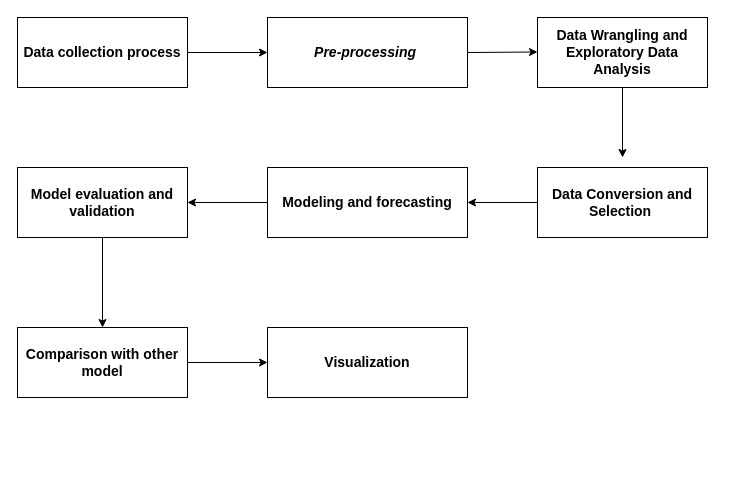
BadNoT8/BUDI-NUGROHO keeps this draw.io diagram as Untitled Diagram.drawio. Above is the earlier version. Source tidied: cells renumbered, new cells numbered last; positions are measured from the earlier drawing's top-left corner, leaving out a move shared by most shapes. Both pictures are drawn from the tidied source at 100%, with x=0, y=0 at pixel (17, 17).
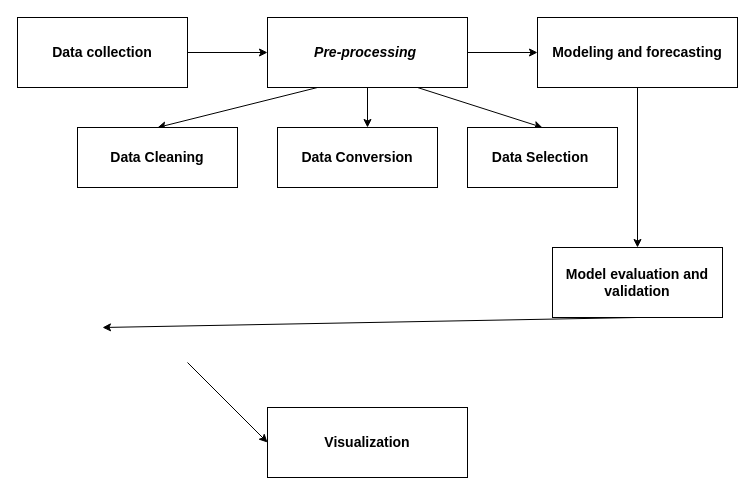
Above is the later version.

The change refers to these unchanged cells:
```xml
<mxCell id="3" value="&lt;b&gt;&lt;font style=&quot;font-size: 14px;&quot;&gt;&lt;i&gt;Pre-processing&amp;nbsp;&lt;/i&gt;&lt;/font&gt;&lt;/b&gt;" style="rounded=0;whiteSpace=wrap;html=1;" parent="1" vertex="1">
  <mxGeometry x="250" width="200" height="70" as="geometry" />
</mxCell>
```

What changed in the source:
```diff
@@
-    <mxCell id="2" value="&lt;b&gt;&lt;font style=&quot;font-size: 14px;&quot;&gt;Data collection process&lt;/font&gt;&lt;/b&gt;" style="rounded=0;whiteSpace=wrap;html=1;" parent="1" vertex="1">
+    <mxCell id="2" value="&lt;b style=&quot;font-size: 14px;&quot;&gt;Data collection&lt;/b&gt;" style="rounded=0;whiteSpace=wrap;html=1;" parent="1" vertex="1">
       <mxGeometry width="170" height="70" as="geometry" />
     </mxCell>
@@
     <mxCell id="4" style="endArrow=classic;html=1;rounded=0;fontSize=14;exitX=1;exitY=0.5;exitDx=0;exitDy=0;" parent="1" edge="1" source="3">
       <mxGeometry relative="1" as="geometry">
-        <mxPoint x="520" y="34.5" as="targetPoint" />
+        <mxPoint x="520" y="35" as="targetPoint" />
       </mxGeometry>
     </mxCell>
@@
-    <mxCell id="6" value="&lt;b&gt;Data Wrangling and Exploratory Data Analysis&lt;/b&gt;" style="rounded=0;whiteSpace=wrap;html=1;fontSize=14;" parent="1" vertex="1">
-      <mxGeometry x="520" width="170" height="70" as="geometry" />
-    </mxCell>
-    <mxCell id="7" style="endArrow=classic;html=1;rounded=0;fontSize=14;exitX=0.5;exitY=1;exitDx=0;exitDy=0;" parent="1" edge="1" source="6">
-      <mxGeometry relative="1" as="geometry">
-        <mxPoint x="605" y="140" as="targetPoint" />
-      </mxGeometry>
-    </mxCell>
-    <mxCell id="8" value="&lt;b&gt;Data Conversion and Selection&amp;nbsp;&lt;/b&gt;" style="rounded=0;whiteSpace=wrap;html=1;fontSize=14;" parent="1" vertex="1">
-      <mxGeometry x="520" y="150" width="170" height="70" as="geometry" />
-    </mxCell>
     <mxCell id="9" value="&lt;b&gt;Modeling and forecasting&lt;/b&gt;" style="rounded=0;whiteSpace=wrap;html=1;fontSize=14;" parent="1" vertex="1">
-      <mxGeometry x="250" y="150" width="200" height="70" as="geometry" />
+      <mxGeometry x="520" width="200" height="70" as="geometry" />
     </mxCell>
-    <mxCell id="10" style="endArrow=classic;html=1;rounded=0;fontSize=14;exitX=0;exitY=0.5;exitDx=0;exitDy=0;entryX=1;entryY=0.5;entryDx=0;entryDy=0;" parent="1" edge="1" source="8" target="9">
+    <mxCell id="10" style="endArrow=classic;html=1;rounded=0;fontSize=14;exitX=0.5;exitY=1;exitDx=0;exitDy=0;entryX=0.5;entryY=0;entryDx=0;entryDy=0;" parent="1" edge="1" source="9" target="11">
       <mxGeometry relative="1" as="geometry" />
     </mxCell>
     <mxCell id="11" value="&lt;b&gt;Model evaluation and validation&lt;/b&gt;" style="rounded=0;whiteSpace=wrap;html=1;fontSize=14;" parent="1" vertex="1">
-      <mxGeometry y="150" width="170" height="70" as="geometry" />
+      <mxGeometry x="535" y="230" width="170" height="70" as="geometry" />
     </mxCell>
-    <mxCell id="12" style="endArrow=classic;html=1;rounded=0;fontSize=14;exitX=0;exitY=0.5;exitDx=0;exitDy=0;entryX=1;entryY=0.5;entryDx=0;entryDy=0;" parent="1" edge="1" source="9" target="11">
-      <mxGeometry relative="1" as="geometry" />
-    </mxCell>
-    <mxCell id="13" value="&lt;b&gt;Comparison with other model&lt;/b&gt;" style="rounded=0;whiteSpace=wrap;html=1;fontSize=14;" parent="1" vertex="1">
-      <mxGeometry y="310" width="170" height="70" as="geometry" />
-    </mxCell>
-    <mxCell id="14" style="endArrow=classic;html=1;rounded=0;fontSize=14;exitX=0.5;exitY=1;exitDx=0;exitDy=0;" parent="1" edge="1" source="11" target="13">
-      <mxGeometry relative="1" as="geometry" />
+    <mxCell id="14" style="endArrow=classic;html=1;rounded=0;fontSize=14;exitX=0.5;exitY=1;exitDx=0;exitDy=0;" parent="1" edge="1" source="11">
+      <mxGeometry relative="1" as="geometry">
+        <mxPoint x="85" y="310" as="targetPoint" />
+      </mxGeometry>
     </mxCell>
     <mxCell id="15" value="&lt;b&gt;Visualization&lt;/b&gt;" style="rounded=0;whiteSpace=wrap;html=1;fontSize=14;" parent="1" vertex="1">
-      <mxGeometry x="250" y="310" width="200" height="70" as="geometry" />
+      <mxGeometry x="250" y="390" width="200" height="70" as="geometry" />
     </mxCell>
-    <mxCell id="16" style="endArrow=classic;html=1;rounded=0;fontSize=14;exitX=1;exitY=0.5;exitDx=0;exitDy=0;entryX=0;entryY=0.5;entryDx=0;entryDy=0;" parent="1" edge="1" source="13" target="15">
-      <mxGeometry relative="1" as="geometry" />
+    <mxCell id="16" style="endArrow=classic;html=1;rounded=0;fontSize=14;exitX=1;exitY=0.5;exitDx=0;exitDy=0;entryX=0;entryY=0.5;entryDx=0;entryDy=0;" parent="1" edge="1" target="15">
+      <mxGeometry relative="1" as="geometry">
+        <mxPoint x="170" y="345" as="sourcePoint" />
+      </mxGeometry>
     </mxCell>
+    <mxCell id="17" style="endArrow=classic;html=1;rounded=0;fontSize=14;exitX=0.75;exitY=1;exitDx=0;exitDy=0;entryX=0.5;entryY=0;entryDx=0;entryDy=0;" parent="1" edge="1" source="3" target="22">
+      <mxGeometry relative="1" as="geometry" />
+    </mxCell>
+    <mxCell id="18" style="endArrow=classic;html=1;rounded=0;fontSize=14;exitX=0.5;exitY=1;exitDx=0;exitDy=0;" parent="1" edge="1" source="3">
+      <mxGeometry relative="1" as="geometry">
+        <mxPoint x="350" y="110" as="targetPoint" />
+      </mxGeometry>
+    </mxCell>
+    <mxCell id="19" style="endArrow=classic;html=1;rounded=0;fontSize=14;exitX=0.25;exitY=1;exitDx=0;exitDy=0;entryX=0.5;entryY=0;entryDx=0;entryDy=0;" parent="1" edge="1" source="3" target="20">
+      <mxGeometry relative="1" as="geometry" />
+    </mxCell>
+    <mxCell id="20" value="&lt;b&gt;Data Cleaning&lt;/b&gt;" style="rounded=0;whiteSpace=wrap;html=1;fontSize=14;" parent="1" vertex="1">
+      <mxGeometry x="60" y="110" width="160" height="60" as="geometry" />
+    </mxCell>
+    <mxCell id="21" value="&lt;b&gt;Data Conversion&lt;/b&gt;" style="rounded=0;whiteSpace=wrap;html=1;fontSize=14;" parent="1" vertex="1">
+      <mxGeometry x="260" y="110" width="160" height="60" as="geometry" />
+    </mxCell>
+    <mxCell id="22" value="&lt;b&gt;Data Selection&amp;nbsp;&lt;/b&gt;" style="rounded=0;whiteSpace=wrap;html=1;fontSize=14;" parent="1" vertex="1">
+      <mxGeometry x="450" y="110" width="150" height="60" as="geometry" />
+    </mxCell>
```
